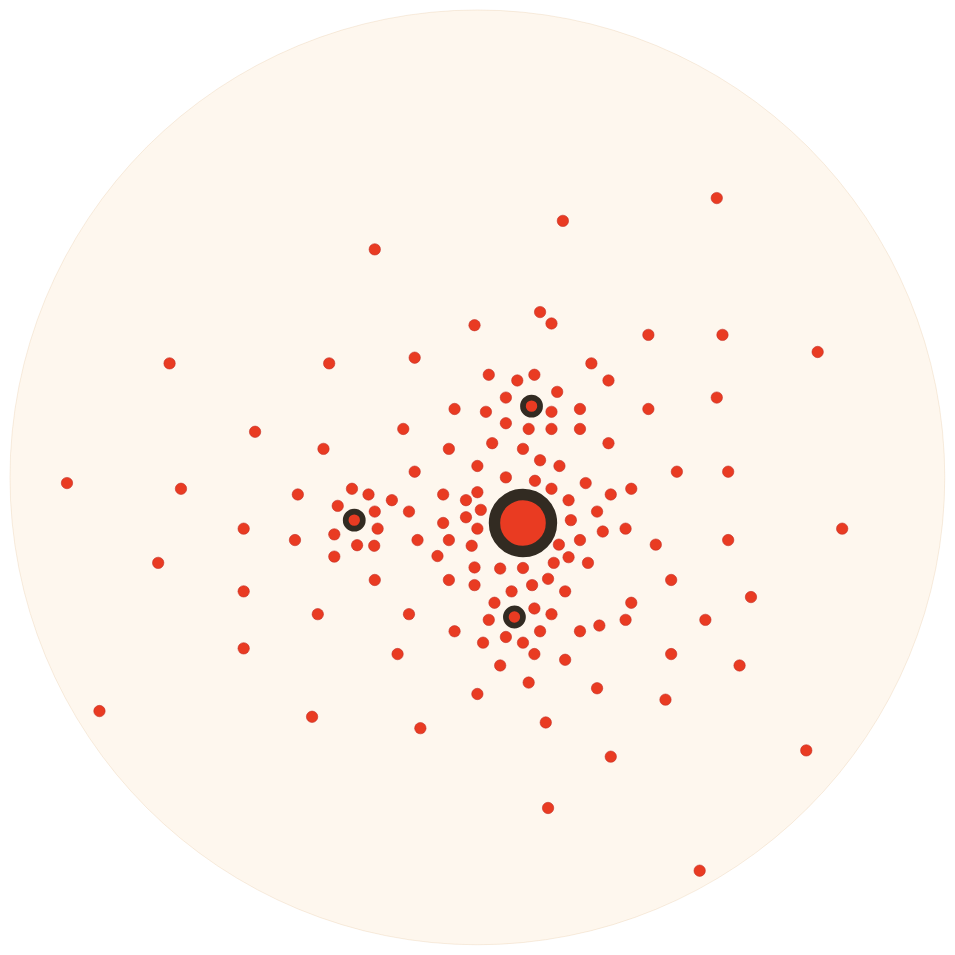
GeorgeShvab/diagrams keeps this draw.io diagram as Areal structure of industry.drawio. Above is the earlier version. Source tidied: cells renumbered, new cells numbered last; positions are measured from the earlier drawing's top-left corner, leaving out a move shared by most shapes. Both pictures are drawn from the tidied source at 57%, with x=0, y=0 at pixel (10, 10).
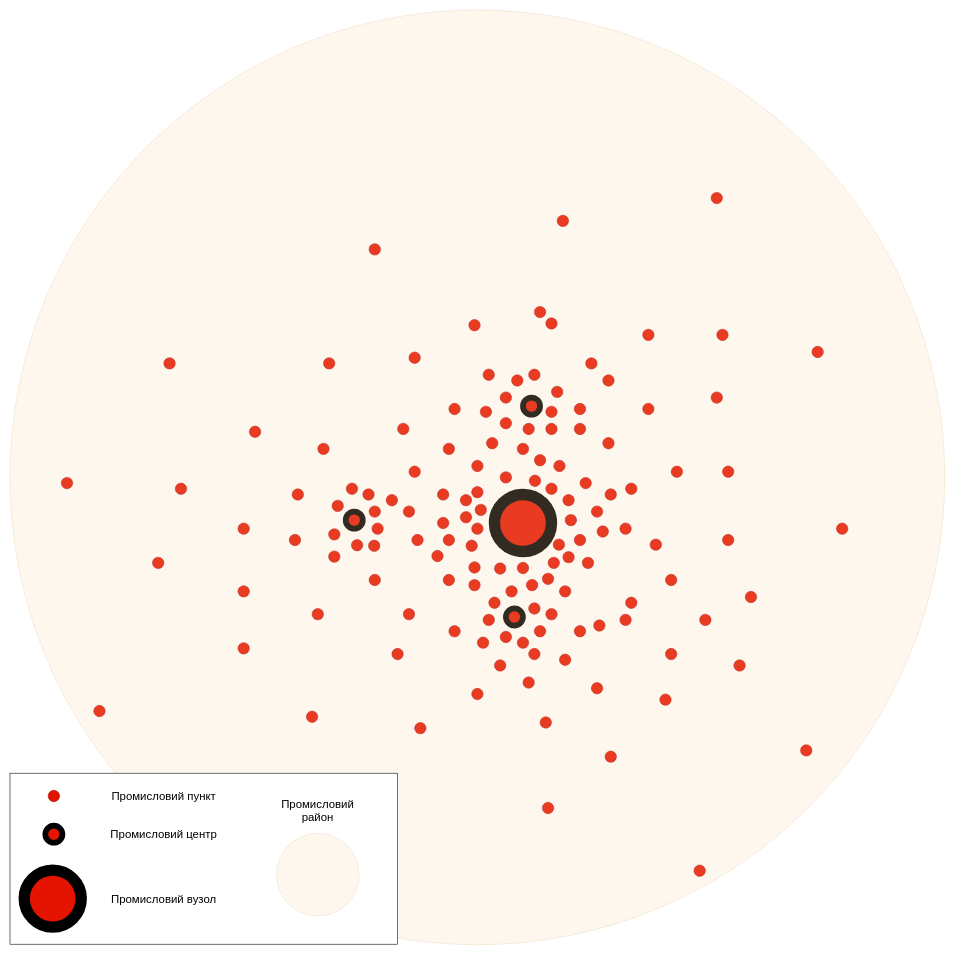
After the change.

What changed in the source:
```diff
@@
+    <mxCell id="146" style="group;" parent="1" vertex="1">
+      <mxGeometry y="1339" width="680" height="300" as="geometry" />
+    </mxCell>
+    <mxCell id="147" style="rounded=0;whiteSpace=wrap;html=1;" parent="146" vertex="1">
+      <mxGeometry width="680" height="300" as="geometry" />
+    </mxCell>
+    <mxCell id="148" style="ellipse;whiteSpace=wrap;html=1;fillColor=#e51400;strokeColor=#000000;fontColor=#ffffff;strokeWidth=10;" parent="146" vertex="1">
+      <mxGeometry x="62" y="92" width="30" height="30" as="geometry" />
+    </mxCell>
+    <mxCell id="149" style="ellipse;whiteSpace=wrap;html=1;fillColor=#e51400;strokeColor=#B20000;fontColor=#ffffff;" parent="146" vertex="1">
+      <mxGeometry x="67" y="30" width="20" height="20" as="geometry" />
+    </mxCell>
+    <mxCell id="150" style="ellipse;whiteSpace=wrap;html=1;fillColor=#e51400;strokeColor=#000000;fontColor=#ffffff;strokeWidth=20;" parent="146" vertex="1">
+      <mxGeometry x="25" y="170" width="100" height="100" as="geometry" />
+    </mxCell>
+    <mxCell id="151" value="Промисловий пункт" style="text;html=1;strokeColor=none;fillColor=none;align=center;verticalAlign=middle;whiteSpace=wrap;rounded=0;fontSize=20;" parent="146" vertex="1">
+      <mxGeometry x="175" y="25" width="190" height="30" as="geometry" />
+    </mxCell>
+    <mxCell id="152" value="Промисловий центр" style="text;html=1;strokeColor=none;fillColor=none;align=center;verticalAlign=middle;whiteSpace=wrap;rounded=0;fontSize=20;" parent="146" vertex="1">
+      <mxGeometry x="175" y="92" width="190" height="30" as="geometry" />
+    </mxCell>
+    <mxCell id="153" value="Промисловий вузол" style="text;html=1;strokeColor=none;fillColor=none;align=center;verticalAlign=middle;whiteSpace=wrap;rounded=0;fontSize=20;" parent="146" vertex="1">
+      <mxGeometry x="175" y="205" width="190" height="30" as="geometry" />
+    </mxCell>
+    <mxCell id="154" style="group;" parent="146" vertex="1">
+      <mxGeometry x="467.5" y="49.5" width="145" height="201" as="geometry" />
+    </mxCell>
+    <mxCell id="155" value="Промисловий район" style="text;html=1;strokeColor=none;fillColor=none;align=center;verticalAlign=middle;whiteSpace=wrap;rounded=0;fontSize=20;" parent="154" vertex="1">
+      <mxGeometry x="42.5" width="60" height="30" as="geometry" />
+    </mxCell>
+    <mxCell id="156" style="ellipse;whiteSpace=wrap;html=1;fillColor=#fad7ac;strokeColor=#b46504;opacity=20;" parent="154" vertex="1">
+      <mxGeometry y="56" width="145" height="145" as="geometry" />
+    </mxCell>
```
